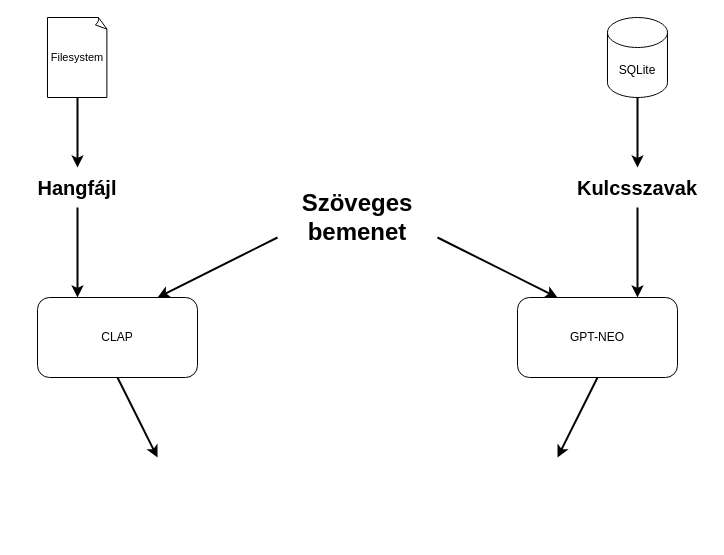
Hearlex/smart-playlist keeps this draw.io diagram as charts/sharedspace.drawio. Above is the earlier version. Source tidied: cells renumbered, new cells numbered last; positions are measured from the earlier drawing's top-left corner, leaving out a move shared by most shapes. Both pictures are drawn from the tidied source at 100%, with x=0, y=0 at pixel (17, 17).
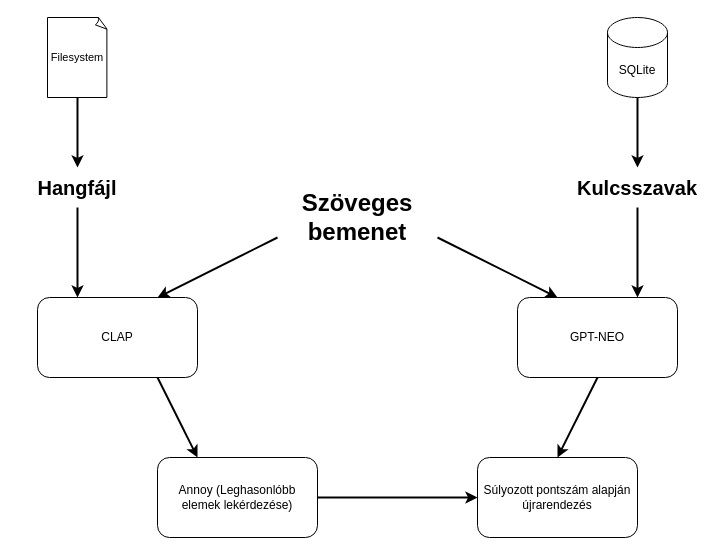
After the change.

Diff of the diagram source:
```diff
@@
 <mxGraphModel>
   <root>
     <mxCell id="0" />
     <mxCell id="1" parent="0" />
     <mxCell id="2" value="&lt;font style=&quot;font-size: 24px;&quot;&gt;&lt;b&gt;Szöveges bemenet&lt;/b&gt;&lt;/font&gt;" style="text;html=1;strokeColor=none;fillColor=none;align=center;verticalAlign=middle;whiteSpace=wrap;rounded=0;strokeWidth=4;" parent="1" vertex="1">
       <mxGeometry x="260" y="160" width="160" height="80" as="geometry" />
     </mxCell>
     <mxCell id="3" value="CLAP" style="rounded=1;whiteSpace=wrap;html=1;" parent="1" vertex="1">
       <mxGeometry x="20" y="280" width="160" height="80" as="geometry" />
     </mxCell>
     <mxCell id="4" value="GPT-NEO" style="rounded=1;whiteSpace=wrap;html=1;" parent="1" vertex="1">
       <mxGeometry x="500" y="280" width="160" height="80" as="geometry" />
     </mxCell>
     <mxCell id="5" style="endArrow=classic;html=1;rounded=0;entryX=0.75;entryY=0;entryDx=0;entryDy=0;exitX=0;exitY=0.75;exitDx=0;exitDy=0;endFill=1;strokeWidth=2;" parent="1" edge="1" source="2" target="3">
       <mxGeometry relative="1" as="geometry" />
     </mxCell>
     <mxCell id="6" style="endArrow=classic;html=1;rounded=0;entryX=0.25;entryY=0;entryDx=0;entryDy=0;exitX=1;exitY=0.75;exitDx=0;exitDy=0;endFill=1;strokeWidth=2;" parent="1" edge="1" source="2" target="4">
       <mxGeometry relative="1" as="geometry" />
     </mxCell>
     <mxCell id="7" value="&lt;font style=&quot;font-size: 24px;&quot;&gt;&lt;b style=&quot;font-size: 20px;&quot;&gt;Hangfájl&lt;/b&gt;&lt;/font&gt;" style="text;html=1;strokeColor=none;fillColor=none;align=center;verticalAlign=middle;whiteSpace=wrap;rounded=0;strokeWidth=4;" parent="1" vertex="1">
       <mxGeometry y="150" width="120" height="40" as="geometry" />
     </mxCell>
     <mxCell id="8" value="&lt;font style=&quot;font-size: 24px;&quot;&gt;&lt;b style=&quot;font-size: 20px;&quot;&gt;Kulcsszavak&lt;br&gt;&lt;/b&gt;&lt;/font&gt;" style="text;html=1;strokeColor=none;fillColor=none;align=center;verticalAlign=middle;whiteSpace=wrap;rounded=0;strokeWidth=4;" parent="1" vertex="1">
       <mxGeometry x="550" y="150" width="140" height="40" as="geometry" />
     </mxCell>
     <mxCell id="9" style="endArrow=classic;html=1;rounded=0;entryX=0.25;entryY=0;entryDx=0;entryDy=0;exitX=0.5;exitY=1;exitDx=0;exitDy=0;endFill=1;strokeWidth=2;" parent="1" edge="1" source="7" target="3">
       <mxGeometry relative="1" as="geometry" />
     </mxCell>
     <mxCell id="10" style="endArrow=classic;html=1;rounded=0;entryX=0.75;entryY=0;entryDx=0;entryDy=0;exitX=0.5;exitY=1;exitDx=0;exitDy=0;endFill=1;strokeWidth=2;" parent="1" edge="1" source="8" target="4">
       <mxGeometry relative="1" as="geometry" />
     </mxCell>
     <mxCell id="11" value="SQLite" style="shape=cylinder3;whiteSpace=wrap;html=1;boundedLbl=1;backgroundOutline=1;size=15;" parent="1" vertex="1">
       <mxGeometry x="590" width="60" height="80" as="geometry" />
     </mxCell>
     <mxCell id="12" value="&lt;font style=&quot;font-size: 11px;&quot;&gt;Filesystem&lt;/font&gt;" style="whiteSpace=wrap;html=1;shape=mxgraph.basic.document;" parent="1" vertex="1">
       <mxGeometry x="30" width="60" height="80" as="geometry" />
     </mxCell>
     <mxCell id="13" style="endArrow=classic;html=1;rounded=0;exitX=0.5;exitY=1;exitDx=0;exitDy=0;endFill=1;strokeWidth=2;exitPerimeter=0;entryX=0.5;entryY=0;entryDx=0;entryDy=0;" parent="1" edge="1" source="12" target="7">
       <mxGeometry relative="1" as="geometry" />
     </mxCell>
     <mxCell id="14" style="endArrow=classic;html=1;rounded=0;exitX=0.5;exitY=1;exitDx=0;exitDy=0;endFill=1;strokeWidth=2;exitPerimeter=0;entryX=0.5;entryY=0;entryDx=0;entryDy=0;" parent="1" edge="1" source="11" target="8">
       <mxGeometry relative="1" as="geometry" />
     </mxCell>
-    <mxCell id="15" style="endArrow=classic;html=1;rounded=0;exitX=0.5;exitY=1;exitDx=0;exitDy=0;endFill=1;strokeWidth=2;" parent="1" edge="1" source="3">
-      <mxGeometry relative="1" as="geometry">
-        <mxPoint x="140" y="440" as="targetPoint" />
-      </mxGeometry>
-    </mxCell>
-    <mxCell id="16" style="endArrow=classic;html=1;rounded=0;exitX=0.5;exitY=1;exitDx=0;exitDy=0;endFill=1;strokeWidth=2;" parent="1" edge="1" source="4">
-      <mxGeometry relative="1" as="geometry">
-        <mxPoint x="540" y="440" as="targetPoint" />
-      </mxGeometry>
+    <mxCell id="16" style="endArrow=classic;html=1;rounded=0;exitX=0.5;exitY=1;exitDx=0;exitDy=0;endFill=1;strokeWidth=2;entryX=0.5;entryY=0;entryDx=0;entryDy=0;" parent="1" edge="1" source="4" target="20">
+      <mxGeometry relative="1" as="geometry" />
     </mxCell>
+    <mxCell id="17" style="endArrow=classic;html=1;rounded=0;exitX=0.75;exitY=1;exitDx=0;exitDy=0;endFill=1;strokeWidth=2;entryX=0.25;entryY=0;entryDx=0;entryDy=0;" parent="1" edge="1" source="3" target="18">
+      <mxGeometry relative="1" as="geometry" />
+    </mxCell>
+    <mxCell id="18" value="Annoy (Leghasonlóbb elemek lekérdezése)" style="rounded=1;whiteSpace=wrap;html=1;" parent="1" vertex="1">
+      <mxGeometry x="140" y="440" width="160" height="80" as="geometry" />
+    </mxCell>
+    <mxCell id="19" style="endArrow=classic;html=1;rounded=0;exitX=1;exitY=0.5;exitDx=0;exitDy=0;endFill=1;strokeWidth=2;entryX=0;entryY=0.5;entryDx=0;entryDy=0;" parent="1" edge="1" source="18" target="20">
+      <mxGeometry relative="1" as="geometry" />
+    </mxCell>
+    <mxCell id="20" value="Súlyozott pontszám alapján újrarendezés" style="rounded=1;whiteSpace=wrap;html=1;" parent="1" vertex="1">
+      <mxGeometry x="460" y="440" width="160" height="80" as="geometry" />
+    </mxCell>
   </root>
 </mxGraphModel>
```
